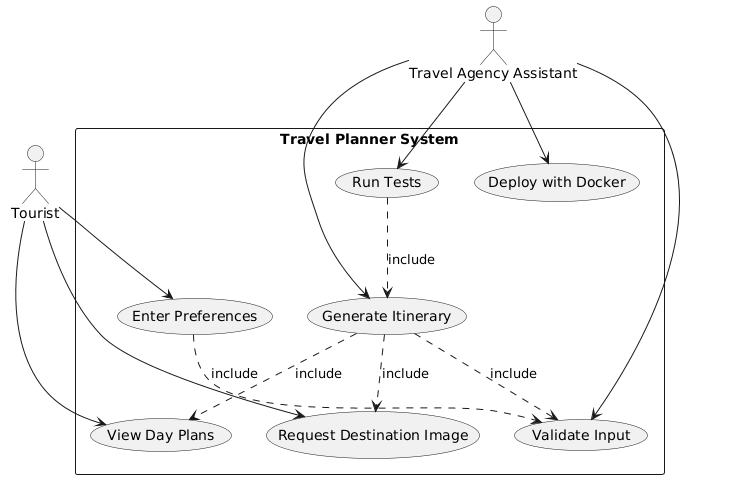
This is Task1/artifacts/uml/use_case_diagram.png from EasonYang0618/travel-planner-generator, a PlantUML export, as it was before one commit.
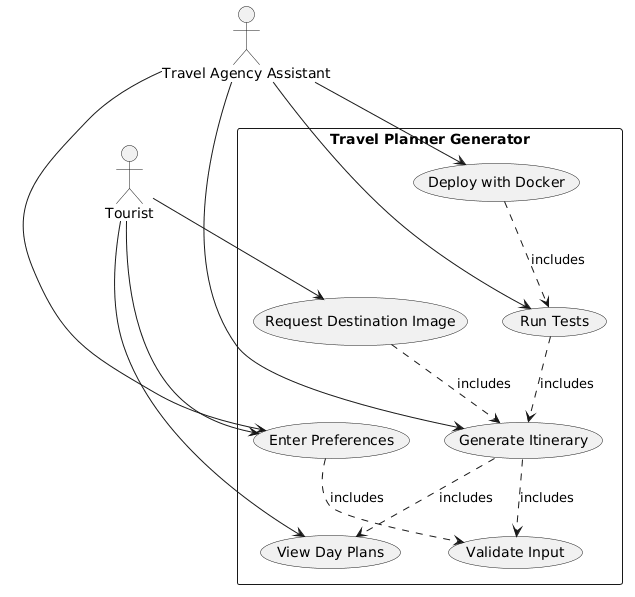
After the change.

Diff of the diagram source:
```diff
@@ -1,29 +1,30 @@
 @startuml
-actor Tourist
+actor "Tourist" as Tourist
 actor "Travel Agency Assistant" as Assistant
 
-rectangle "Travel Planner System" {
-  usecase EnterPrefs as "Enter Preferences"
-  usecase ValidateInput as "Validate Input"
-  usecase GenerateItinerary as "Generate Itinerary"
-  usecase ViewDayPlans as "View Day Plans"
-  usecase RequestImage as "Request Destination Image"
-  usecase RunTests as "Run Tests"
-  usecase DeployDocker as "Deploy with Docker"
+rectangle "Travel Planner Generator" {
+usecase "Enter Preferences" as UC1
+usecase "Validate Input" as UC2
+usecase "Generate Itinerary" as UC3
+usecase "View Day Plans" as UC4
+usecase "Request Destination Image" as UC5
+usecase "Run Tests" as UC6
+usecase "Deploy with Docker" as UC7
 }
 
-Tourist --> EnterPrefs
-Tourist --> ViewDayPlans
-Tourist --> RequestImage
+Tourist --> UC1
+Tourist --> UC4
+Tourist --> UC5
 
-Assistant --> ValidateInput
-Assistant --> GenerateItinerary
-Assistant --> RunTests
-Assistant --> DeployDocker
+Assistant --> UC1
+Assistant --> UC3
+Assistant --> UC6
+Assistant --> UC7
 
-EnterPrefs ..> ValidateInput : include
-GenerateItinerary ..> ValidateInput : include
-GenerateItinerary ..> ViewDayPlans : include
-GenerateItinerary ..> RequestImage : include
-RunTests ..> GenerateItinerary : include
+UC1 ..> UC2 : includes
+UC3 ..> UC2 : includes
+UC3 ..> UC4 : includes
+UC5 ..> UC3 : includes
+UC6 ..> UC3 : includes
+UC7 ..> UC6 : includes
 @enduml
```
